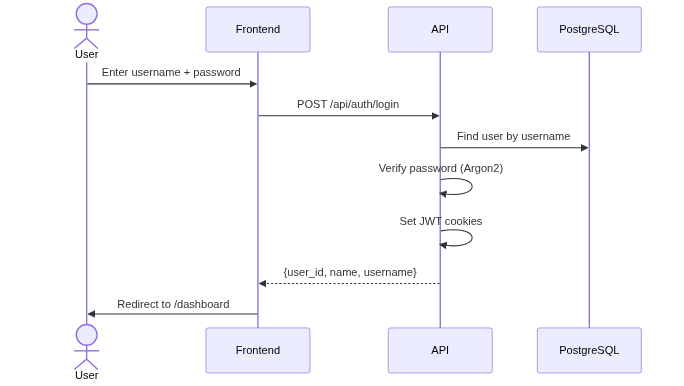
Above: docs/diagrams/auth-login.png in Faunistica/Faunistica_4.0 (Mermaid), before the change. Its source is kept beside it as docs/diagrams/auth-login.mmd. The source it was exported from:
```mermaid
sequenceDiagram
    actor User
    participant Frontend as Frontend
    participant API as API
    participant DB as PostgreSQL

    User->>Frontend: Enter username + password
    Frontend->>API: POST /api/auth/login
    API->>DB: Find user by username
    API->>API: Verify password (Argon2)
    API->>API: Set JWT cookies
    API-->>Frontend: {user_id, name, username}
    Frontend->>User: Redirect to /dashboard
```
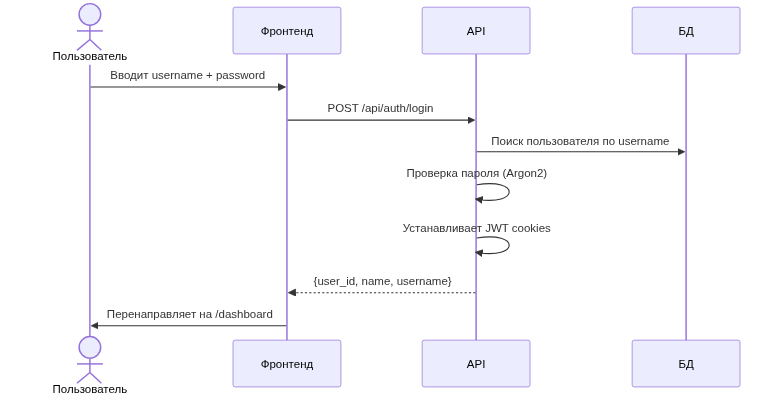
The same diagram one commit later.

The edit, as a diff of the source:
```diff
@@ -1,13 +1,13 @@
 sequenceDiagram
-    actor User
-    participant Frontend as Frontend
-    participant API as API
-    participant DB as PostgreSQL
+    actor U as Пользователь
+    participant F as Фронтенд
+    participant A as API
+    participant D as БД
 
-    User->>Frontend: Enter username + password
-    Frontend->>API: POST /api/auth/login
-    API->>DB: Find user by username
-    API->>API: Verify password (Argon2)
-    API->>API: Set JWT cookies
-    API-->>Frontend: {user_id, name, username}
-    Frontend->>User: Redirect to /dashboard
+    U->>F: Вводит username + password
+    F->>A: POST /api/auth/login
+    A->>D: Поиск пользователя по username
+    A->>A: Проверка пароля (Argon2)
+    A->>A: Устанавливает JWT cookies
+    A-->>F: {user_id, name, username}
+    F->>U: Перенаправляет на /dashboard
```
